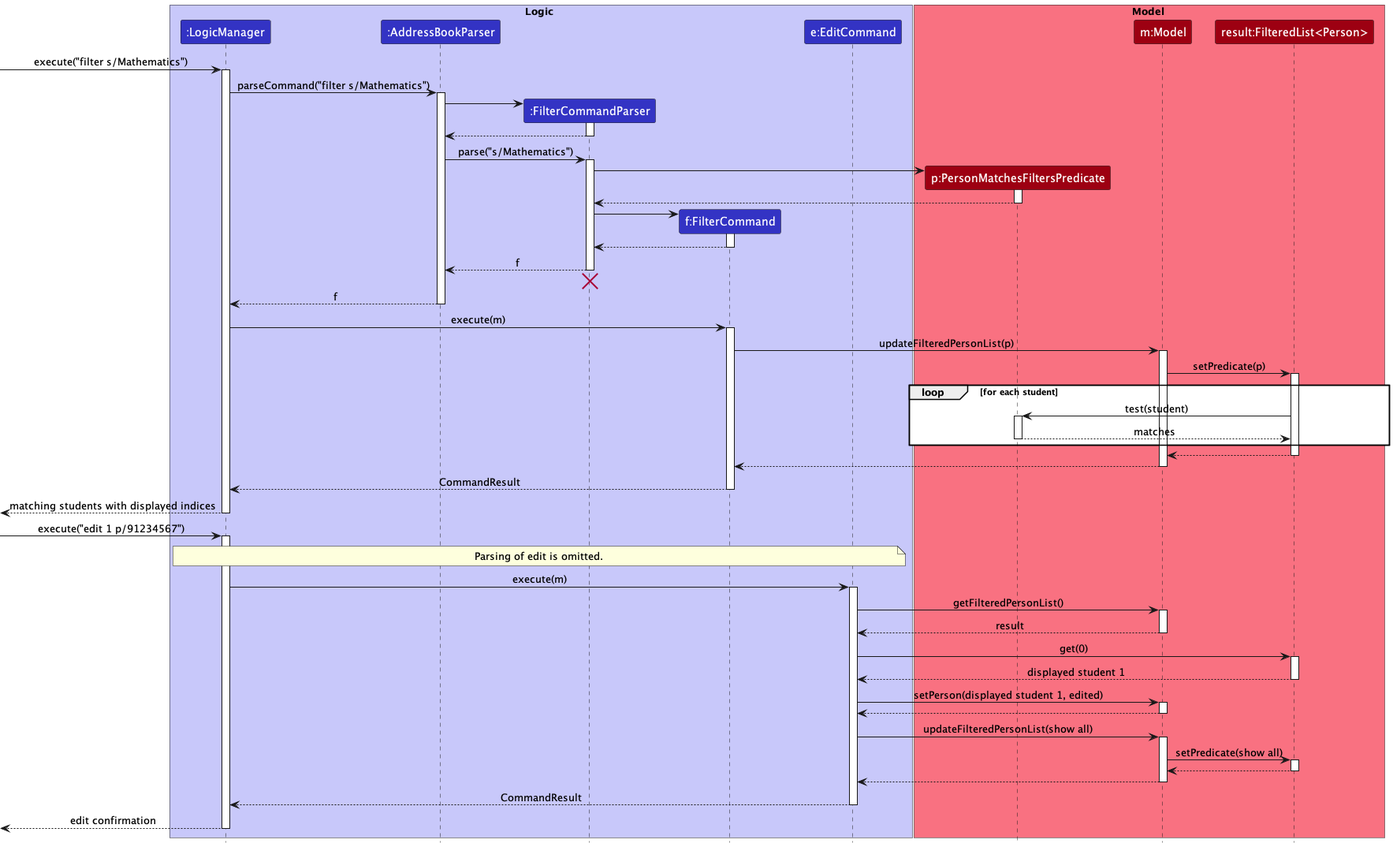
This is docs/images/QueryResultViewSequenceDiagram.png from AY2627S1-CS2103T-W10-3/tp, a PlantUML export, as it was before one commit. Its diagram source:
```plantuml
@startuml
!include style.puml
skinparam ArrowFontStyle plain

box Logic LOGIC_COLOR_T1
participant ":LogicManager" as LogicManager LOGIC_COLOR
participant ":AddressBookParser" as AddressBookParser LOGIC_COLOR
participant ":FilterCommandParser" as FilterCommandParser LOGIC_COLOR
participant "f:FilterCommand" as FilterCommand LOGIC_COLOR
participant "e:EditCommand" as EditCommand LOGIC_COLOR
end box

box Model MODEL_COLOR_T1
participant "p:PersonMatchesFiltersPredicate" as Predicate MODEL_COLOR
participant "m:Model" as Model MODEL_COLOR
participant "result:FilteredList<Person>" as ResultView MODEL_COLOR
end box

[-> LogicManager : execute("filter s/Mathematics")
activate LogicManager
LogicManager -> AddressBookParser : parseCommand("filter s/Mathematics")
activate AddressBookParser

create FilterCommandParser
AddressBookParser -> FilterCommandParser
activate FilterCommandParser

FilterCommandParser --> AddressBookParser
deactivate FilterCommandParser

AddressBookParser -> FilterCommandParser : parse("s/Mathematics")
activate FilterCommandParser

create Predicate
FilterCommandParser -> Predicate
activate Predicate
Predicate --> FilterCommandParser
deactivate Predicate

create FilterCommand
FilterCommandParser -> FilterCommand
activate FilterCommand
FilterCommand --> FilterCommandParser
deactivate FilterCommand

FilterCommandParser --> AddressBookParser : f
deactivate FilterCommandParser

FilterCommandParser -[hidden]-> AddressBookParser
destroy FilterCommandParser

AddressBookParser --> LogicManager : f
deactivate AddressBookParser

LogicManager -> FilterCommand : execute(m)
activate FilterCommand
FilterCommand -> Model : updateFilteredPersonList(p)
activate Model
Model -> ResultView : setPredicate(p)
activate ResultView

loop for each student
    ResultView -> Predicate : test(student)
    activate Predicate
    Predicate --> ResultView : matches
    deactivate Predicate
end

ResultView --> Model
deactivate ResultView
Model --> FilterCommand
deactivate Model

FilterCommand --> LogicManager : CommandResult
deactivate FilterCommand

[<-- LogicManager : matching students with displayed indices
deactivate LogicManager

[-> LogicManager : execute("edit 1 p/91234567")
activate LogicManager
note over LogicManager, EditCommand
Parsing of edit is omitted.
end note
LogicManager -> EditCommand : execute(m)
activate EditCommand
EditCommand -> Model : getFilteredPersonList()
activate Model
Model --> EditCommand : result
deactivate Model

EditCommand -> ResultView : get(0)
activate ResultView
ResultView --> EditCommand : displayed student 1
deactivate ResultView

EditCommand -> Model : setPerson(displayed student 1, edited)
activate Model
Model --> EditCommand
deactivate Model

EditCommand -> Model : updateFilteredPersonList(show all)
activate Model
Model -> ResultView : setPredicate(show all)
activate ResultView
ResultView --> Model
deactivate ResultView
Model --> EditCommand
deactivate Model

EditCommand --> LogicManager : CommandResult
deactivate EditCommand

[<-- LogicManager : edit confirmation
deactivate LogicManager
@enduml
```
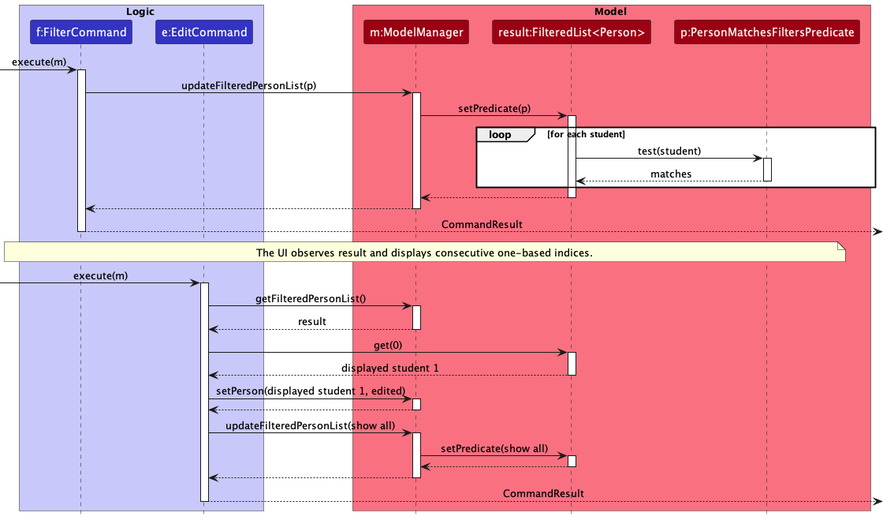
Above is the later version.

Commit message:
Simplify query result view UML

Focus the sequence diagram on Model interactions and treat command
parsing and UI refresh as omitted details. This keeps the diagram scoped
to the result-view behaviour implemented by Member B.

Diff of the diagram source:
```diff
@@ -3,60 +3,22 @@
 skinparam ArrowFontStyle plain
 
 box Logic LOGIC_COLOR_T1
-participant ":LogicManager" as LogicManager LOGIC_COLOR
-participant ":AddressBookParser" as AddressBookParser LOGIC_COLOR
-participant ":FilterCommandParser" as FilterCommandParser LOGIC_COLOR
 participant "f:FilterCommand" as FilterCommand LOGIC_COLOR
 participant "e:EditCommand" as EditCommand LOGIC_COLOR
 end box
 
 box Model MODEL_COLOR_T1
+participant "m:ModelManager" as ModelManager MODEL_COLOR
+participant "result:FilteredList<Person>" as ResultView MODEL_COLOR
 participant "p:PersonMatchesFiltersPredicate" as Predicate MODEL_COLOR
-participant "m:Model" as Model MODEL_COLOR
-participant "result:FilteredList<Person>" as ResultView MODEL_COLOR
 end box
 
-[-> LogicManager : execute("filter s/Mathematics")
-activate LogicManager
-LogicManager -> AddressBookParser : parseCommand("filter s/Mathematics")
-activate AddressBookParser
+[-> FilterCommand : execute(m)
+activate FilterCommand
 
-create FilterCommandParser
-AddressBookParser -> FilterCommandParser
-activate FilterCommandParser
-
-FilterCommandParser --> AddressBookParser
-deactivate FilterCommandParser
-
-AddressBookParser -> FilterCommandParser : parse("s/Mathematics")
-activate FilterCommandParser
-
-create Predicate
-FilterCommandParser -> Predicate
-activate Predicate
-Predicate --> FilterCommandParser
-deactivate Predicate
-
-create FilterCommand
-FilterCommandParser -> FilterCommand
-activate FilterCommand
-FilterCommand --> FilterCommandParser
-deactivate FilterCommand
-
-FilterCommandParser --> AddressBookParser : f
-deactivate FilterCommandParser
-
-FilterCommandParser -[hidden]-> AddressBookParser
-destroy FilterCommandParser
-
-AddressBookParser --> LogicManager : f
-deactivate AddressBookParser
-
-LogicManager -> FilterCommand : execute(m)
-activate FilterCommand
-FilterCommand -> Model : updateFilteredPersonList(p)
-activate Model
-Model -> ResultView : setPredicate(p)
+FilterCommand -> ModelManager : updateFilteredPersonList(p)
+activate ModelManager
+ModelManager -> ResultView : setPredicate(p)
 activate ResultView
 
 loop for each student
@@ -66,51 +28,43 @@
     deactivate Predicate
 end
 
-ResultView --> Model
+ResultView --> ModelManager
 deactivate ResultView
-Model --> FilterCommand
-deactivate Model
-
-FilterCommand --> LogicManager : CommandResult
+ModelManager --> FilterCommand
+deactivate ModelManager
+FilterCommand -->] : CommandResult
 deactivate FilterCommand
 
-[<-- LogicManager : matching students with displayed indices
-deactivate LogicManager
+note across
+The UI observes result and displays consecutive one-based indices.
+end note
 
-[-> LogicManager : execute("edit 1 p/91234567")
-activate LogicManager
-note over LogicManager, EditCommand
-Parsing of edit is omitted.
-end note
-LogicManager -> EditCommand : execute(m)
+[-> EditCommand : execute(m)
 activate EditCommand
-EditCommand -> Model : getFilteredPersonList()
-activate Model
-Model --> EditCommand : result
-deactivate Model
+EditCommand -> ModelManager : getFilteredPersonList()
+activate ModelManager
+ModelManager --> EditCommand : result
+deactivate ModelManager
 
 EditCommand -> ResultView : get(0)
 activate ResultView
 ResultView --> EditCommand : displayed student 1
 deactivate ResultView
 
-EditCommand -> Model : setPerson(displayed student 1, edited)
-activate Model
-Model --> EditCommand
-deactivate Model
+EditCommand -> ModelManager : setPerson(displayed student 1, edited)
+activate ModelManager
+ModelManager --> EditCommand
+deactivate ModelManager
 
-EditCommand -> Model : updateFilteredPersonList(show all)
-activate Model
-Model -> ResultView : setPredicate(show all)
+EditCommand -> ModelManager : updateFilteredPersonList(show all)
+activate ModelManager
+ModelManager -> ResultView : setPredicate(show all)
 activate ResultView
-ResultView --> Model
+ResultView --> ModelManager
 deactivate ResultView
-Model --> EditCommand
-deactivate Model
+ModelManager --> EditCommand
+deactivate ModelManager
 
-EditCommand --> LogicManager : CommandResult
+EditCommand -->] : CommandResult
 deactivate EditCommand
-
-[<-- LogicManager : edit confirmation
-deactivate LogicManager
 @enduml
```
